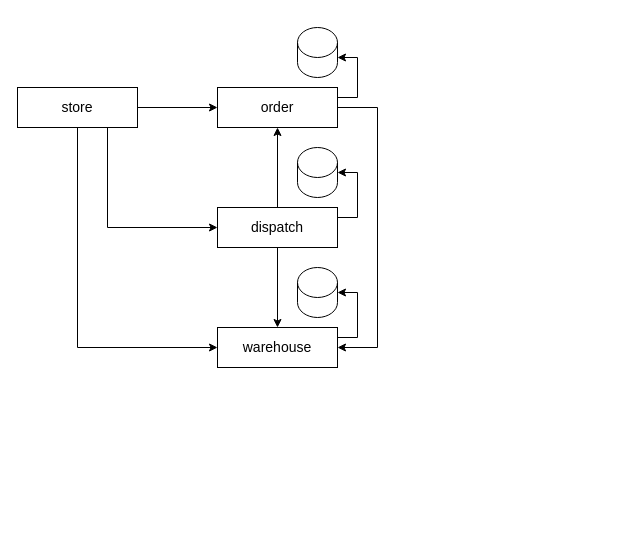
Above: doc/drawings.drawio in cchet/store-microservice-app (draw.io), before the change. Source tidied: cells renumbered, new cells numbered last; positions are measured from the earlier drawing's top-left corner, leaving out a move shared by most shapes. Both pictures are drawn from the tidied source at 100%, with x=0, y=0 at pixel (17, 27).
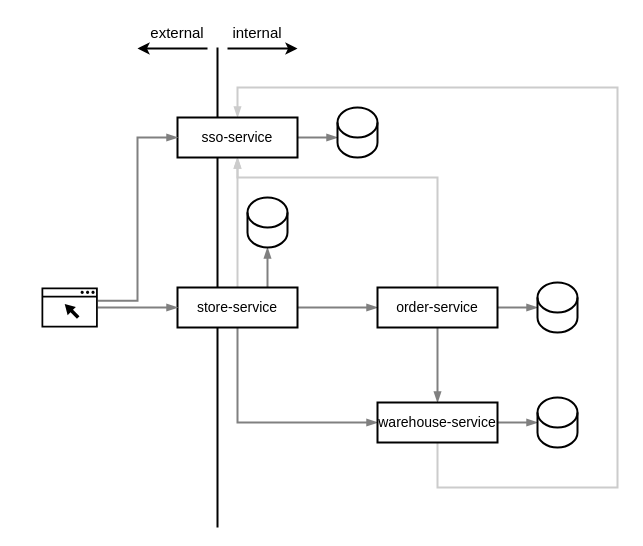
The same diagram, later.

Diff of the diagram source:
```diff
@@
+    <mxCell id="18" style="endArrow=none;html=1;rounded=0;strokeColor=#000000;strokeWidth=2;" parent="1" edge="1">
+      <mxGeometry relative="1" as="geometry">
+        <mxPoint x="200" y="500" as="sourcePoint" />
+        <mxPoint x="200" y="20" as="targetPoint" />
+      </mxGeometry>
+    </mxCell>
-    <mxCell id="2" style="edgeStyle=orthogonalEdgeStyle;rounded=0;jettySize=auto;html=1;exitX=0.5;exitY=1;exitDx=0;exitDy=0;entryX=0;entryY=0.5;entryDx=0;entryDy=0;fontSize=14;" parent="1" edge="1" source="5" target="14">
+    <mxCell id="2" style="edgeStyle=orthogonalEdgeStyle;rounded=0;jettySize=auto;html=1;exitX=0.5;exitY=1;exitDx=0;exitDy=0;entryX=0;entryY=0.5;entryDx=0;entryDy=0;fontSize=14;strokeWidth=2;endArrow=blockThin;endFill=1;strokeColor=#808080;" parent="1" edge="1" source="5" target="14">
       <mxGeometry relative="1" as="geometry" />
     </mxCell>
-    <mxCell id="3" style="edgeStyle=orthogonalEdgeStyle;rounded=0;jettySize=auto;html=1;exitX=1;exitY=0.5;exitDx=0;exitDy=0;entryX=0;entryY=0.5;entryDx=0;entryDy=0;fontSize=14;" parent="1" edge="1" source="5" target="8">
+    <mxCell id="3" style="edgeStyle=orthogonalEdgeStyle;rounded=0;jettySize=auto;html=1;exitX=1;exitY=0.5;exitDx=0;exitDy=0;entryX=0;entryY=0.5;entryDx=0;entryDy=0;fontSize=14;strokeWidth=2;endArrow=blockThin;endFill=1;strokeColor=#808080;" parent="1" edge="1" source="5" target="8">
       <mxGeometry relative="1" as="geometry" />
     </mxCell>
-    <mxCell id="4" style="edgeStyle=orthogonalEdgeStyle;rounded=0;jettySize=auto;html=1;exitX=0.75;exitY=1;exitDx=0;exitDy=0;entryX=0;entryY=0.5;entryDx=0;entryDy=0;fontSize=14;" parent="1" edge="1" source="5" target="12">
-      <mxGeometry relative="1" as="geometry" />
-    </mxCell>
+    <mxCell id="19" style="edgeStyle=orthogonalEdgeStyle;rounded=0;jettySize=auto;html=1;exitX=0.5;exitY=0;exitDx=0;exitDy=0;entryX=0.5;entryY=1;entryDx=0;entryDy=0;strokeWidth=2;strokeColor=#CCCCCC;endArrow=blockThin;endFill=1;" parent="1" edge="1" source="5" target="24">
+      <mxGeometry relative="1" as="geometry" />
+    </mxCell>
+    <mxCell id="20" style="edgeStyle=orthogonalEdgeStyle;rounded=0;jettySize=auto;html=1;exitX=0.75;exitY=0;exitDx=0;exitDy=0;entryX=0.5;entryY=1;entryDx=0;entryDy=0;entryPerimeter=0;endArrow=blockThin;endFill=1;strokeColor=#808080;strokeWidth=2;" parent="1" edge="1" source="5" target="28">
+      <mxGeometry relative="1" as="geometry" />
+    </mxCell>
-    <mxCell id="5" value="store" style="rounded=0;whiteSpace=wrap;html=1;fillColor=none;fontSize=14;" parent="1" vertex="1">
-      <mxGeometry y="60" width="120" height="40" as="geometry" />
+    <mxCell id="5" value="store-service" style="rounded=0;whiteSpace=wrap;html=1;fillColor=default;fontSize=14;strokeWidth=2;" parent="1" vertex="1">
+      <mxGeometry x="160" y="260" width="120" height="40" as="geometry" />
     </mxCell>
-    <mxCell id="6" style="edgeStyle=orthogonalEdgeStyle;rounded=0;jettySize=auto;html=1;exitX=1;exitY=0.5;exitDx=0;exitDy=0;entryX=1;entryY=0.5;entryDx=0;entryDy=0;fontSize=14;" parent="1" edge="1" source="8" target="14">
+    <mxCell id="6" style="edgeStyle=orthogonalEdgeStyle;rounded=0;jettySize=auto;html=1;exitX=0.5;exitY=1;exitDx=0;exitDy=0;entryX=0.5;entryY=0;entryDx=0;entryDy=0;fontSize=14;strokeWidth=2;endArrow=blockThin;endFill=1;strokeColor=#808080;" parent="1" edge="1" source="8" target="14">
       <mxGeometry relative="1" as="geometry">
         <Array as="points">
-          <mxPoint x="360" y="80" />
-          <mxPoint x="360" y="320" />
+          <mxPoint x="420" y="340" />
+          <mxPoint x="420" y="340" />
         </Array>
       </mxGeometry>
     </mxCell>
-    <mxCell id="7" style="edgeStyle=orthogonalEdgeStyle;rounded=0;jettySize=auto;html=1;exitX=1;exitY=0.25;exitDx=0;exitDy=0;entryX=1;entryY=0;entryDx=0;entryDy=30;entryPerimeter=0;fontSize=14;" parent="1" edge="1" source="8" target="15">
+    <mxCell id="7" style="edgeStyle=orthogonalEdgeStyle;rounded=0;jettySize=auto;html=1;exitX=1;exitY=0.5;exitDx=0;exitDy=0;entryX=0;entryY=0.5;entryDx=0;entryDy=0;entryPerimeter=0;fontSize=14;strokeWidth=2;endArrow=blockThin;endFill=1;strokeColor=#808080;" parent="1" edge="1" source="8" target="15">
       <mxGeometry relative="1" as="geometry" />
     </mxCell>
+    <mxCell id="21" style="edgeStyle=orthogonalEdgeStyle;rounded=0;jettySize=auto;html=1;exitX=0.5;exitY=0;exitDx=0;exitDy=0;entryX=0.5;entryY=1;entryDx=0;entryDy=0;strokeWidth=2;strokeColor=#CCCCCC;endArrow=blockThin;endFill=1;" parent="1" edge="1" source="8" target="24">
+      <mxGeometry relative="1" as="geometry">
+        <Array as="points">
+          <mxPoint x="420" y="150" />
+          <mxPoint x="220" y="150" />
+        </Array>
+      </mxGeometry>
+    </mxCell>
-    <mxCell id="8" value="order" style="rounded=0;whiteSpace=wrap;html=1;fillColor=none;fontSize=14;" parent="1" vertex="1">
-      <mxGeometry x="200" y="60" width="120" height="40" as="geometry" />
+    <mxCell id="8" value="order-service" style="rounded=0;whiteSpace=wrap;html=1;fillColor=default;fontSize=14;strokeWidth=2;" parent="1" vertex="1">
+      <mxGeometry x="360" y="260" width="120" height="40" as="geometry" />
     </mxCell>
-    <mxCell id="9" style="edgeStyle=orthogonalEdgeStyle;rounded=0;jettySize=auto;html=1;exitX=0.5;exitY=0;exitDx=0;exitDy=0;entryX=0.5;entryY=1;entryDx=0;entryDy=0;fontSize=14;" parent="1" edge="1" source="12" target="8">
-      <mxGeometry relative="1" as="geometry" />
-    </mxCell>
-    <mxCell id="10" style="edgeStyle=orthogonalEdgeStyle;rounded=0;jettySize=auto;html=1;exitX=0.5;exitY=1;exitDx=0;exitDy=0;fontSize=14;" parent="1" edge="1" source="12" target="14">
-      <mxGeometry relative="1" as="geometry" />
-    </mxCell>
-    <mxCell id="11" style="edgeStyle=orthogonalEdgeStyle;rounded=0;jettySize=auto;html=1;exitX=1;exitY=0.25;exitDx=0;exitDy=0;entryX=1;entryY=0.5;entryDx=0;entryDy=0;entryPerimeter=0;fontSize=14;" parent="1" edge="1" source="12" target="16">
-      <mxGeometry relative="1" as="geometry" />
-    </mxCell>
-    <mxCell id="12" value="dispatch" style="rounded=0;whiteSpace=wrap;html=1;fillColor=none;fontSize=14;" parent="1" vertex="1">
-      <mxGeometry x="200" y="180" width="120" height="40" as="geometry" />
-    </mxCell>
-    <mxCell id="13" style="edgeStyle=orthogonalEdgeStyle;rounded=0;jettySize=auto;html=1;exitX=1;exitY=0.25;exitDx=0;exitDy=0;entryX=1;entryY=0.5;entryDx=0;entryDy=0;entryPerimeter=0;fontSize=14;" parent="1" edge="1" source="14" target="17">
+    <mxCell id="13" style="edgeStyle=orthogonalEdgeStyle;rounded=0;jettySize=auto;html=1;exitX=1;exitY=0.5;exitDx=0;exitDy=0;entryX=0;entryY=0.5;entryDx=0;entryDy=0;entryPerimeter=0;fontSize=14;strokeWidth=2;endArrow=blockThin;endFill=1;strokeColor=#808080;" parent="1" edge="1" source="14" target="17">
       <mxGeometry relative="1" as="geometry" />
     </mxCell>
+    <mxCell id="22" style="edgeStyle=orthogonalEdgeStyle;rounded=0;jettySize=auto;html=1;exitX=0.5;exitY=1;exitDx=0;exitDy=0;entryX=0.5;entryY=0;entryDx=0;entryDy=0;strokeWidth=2;strokeColor=#CCCCCC;endArrow=blockThin;endFill=1;" parent="1" edge="1" source="14" target="24">
+      <mxGeometry relative="1" as="geometry">
+        <Array as="points">
+          <mxPoint x="420" y="460" />
+          <mxPoint x="600" y="460" />
+          <mxPoint x="600" y="60" />
+          <mxPoint x="220" y="60" />
+        </Array>
+      </mxGeometry>
+    </mxCell>
-    <mxCell id="14" value="warehouse" style="rounded=0;whiteSpace=wrap;html=1;fillColor=none;fontSize=14;" parent="1" vertex="1">
-      <mxGeometry x="200" y="300" width="120" height="40" as="geometry" />
+    <mxCell id="14" value="warehouse-service" style="rounded=0;whiteSpace=wrap;html=1;fillColor=default;fontSize=14;strokeWidth=2;" parent="1" vertex="1">
+      <mxGeometry x="360" y="375" width="120" height="40" as="geometry" />
     </mxCell>
-    <mxCell id="15" style="shape=cylinder3;whiteSpace=wrap;html=1;boundedLbl=1;backgroundOutline=1;size=15;fontSize=14;fillColor=none;" parent="1" vertex="1">
-      <mxGeometry x="280" width="40" height="50" as="geometry" />
+    <mxCell id="15" style="shape=cylinder3;whiteSpace=wrap;html=1;boundedLbl=1;backgroundOutline=1;size=15;fontSize=14;fillColor=default;strokeWidth=2;" parent="1" vertex="1">
+      <mxGeometry x="520" y="255" width="40" height="50" as="geometry" />
     </mxCell>
-    <mxCell id="16" style="shape=cylinder3;whiteSpace=wrap;html=1;boundedLbl=1;backgroundOutline=1;size=15;fontSize=14;fillColor=none;" parent="1" vertex="1">
-      <mxGeometry x="280" y="120" width="40" height="50" as="geometry" />
-    </mxCell>
-    <mxCell id="17" style="shape=cylinder3;whiteSpace=wrap;html=1;boundedLbl=1;backgroundOutline=1;size=15;fontSize=14;fillColor=none;" parent="1" vertex="1">
-      <mxGeometry x="280" y="240" width="40" height="50" as="geometry" />
+    <mxCell id="17" style="shape=cylinder3;whiteSpace=wrap;html=1;boundedLbl=1;backgroundOutline=1;size=15;fontSize=14;fillColor=default;strokeWidth=2;" parent="1" vertex="1">
+      <mxGeometry x="520" y="370" width="40" height="50" as="geometry" />
     </mxCell>
+    <mxCell id="23" style="edgeStyle=orthogonalEdgeStyle;rounded=0;jettySize=auto;html=1;exitX=1;exitY=0.5;exitDx=0;exitDy=0;entryX=0;entryY=0;entryDx=0;entryDy=30;entryPerimeter=0;endArrow=blockThin;endFill=1;strokeColor=#808080;strokeWidth=2;" parent="1" edge="1" source="24" target="29">
+      <mxGeometry relative="1" as="geometry" />
+    </mxCell>
+    <mxCell id="24" value="sso-service" style="rounded=0;whiteSpace=wrap;html=1;fillColor=default;fontSize=14;strokeWidth=2;" parent="1" vertex="1">
+      <mxGeometry x="160" y="90" width="120" height="40" as="geometry" />
+    </mxCell>
+    <mxCell id="25" style="edgeStyle=orthogonalEdgeStyle;rounded=0;jettySize=auto;html=1;entryX=0;entryY=0.5;entryDx=0;entryDy=0;endArrow=blockThin;endFill=1;strokeColor=#808080;strokeWidth=2;" parent="1" edge="1" source="27" target="5">
+      <mxGeometry relative="1" as="geometry" />
+    </mxCell>
+    <mxCell id="26" style="edgeStyle=orthogonalEdgeStyle;rounded=0;jettySize=auto;html=1;exitX=1;exitY=0.33;exitDx=0;exitDy=0;exitPerimeter=0;endArrow=blockThin;endFill=1;strokeColor=#808080;strokeWidth=2;" parent="1" edge="1" source="27">
+      <mxGeometry relative="1" as="geometry">
+        <mxPoint x="160" y="110" as="targetPoint" />
+        <Array as="points">
+          <mxPoint x="120" y="273" />
+          <mxPoint x="120" y="110" />
+          <mxPoint x="160" y="110" />
+        </Array>
+      </mxGeometry>
+    </mxCell>
+    <mxCell id="27" style="sketch=0;shadow=0;dashed=0;html=1;strokeColor=none;fillColor=#000000;labelPosition=center;verticalLabelPosition=bottom;verticalAlign=top;align=center;outlineConnect=0;shape=mxgraph.vvd.web_browser;points=[[1,0.33,0,0,0],[1,0.5,0,0,0],[1,0.67,0,0,0]];labelBackgroundColor=default;" parent="1" vertex="1">
+      <mxGeometry x="24" y="260" width="56.3" height="40" as="geometry" />
+    </mxCell>
+    <mxCell id="28" style="shape=cylinder3;whiteSpace=wrap;html=1;boundedLbl=1;backgroundOutline=1;size=15;fontSize=14;fillColor=none;strokeWidth=2;" parent="1" vertex="1">
+      <mxGeometry x="230" y="170" width="40" height="50" as="geometry" />
+    </mxCell>
+    <mxCell id="29" style="shape=cylinder3;whiteSpace=wrap;html=1;boundedLbl=1;backgroundOutline=1;size=15;fontSize=14;fillColor=default;strokeWidth=2;" parent="1" vertex="1">
+      <mxGeometry x="320" y="80" width="40" height="50" as="geometry" />
+    </mxCell>
+    <mxCell id="30" style="endArrow=classic;html=1;rounded=0;strokeColor=#000000;strokeWidth=2;" parent="1" edge="1">
+      <mxGeometry relative="1" as="geometry">
+        <mxPoint x="210" y="21" as="sourcePoint" />
+        <mxPoint x="280" y="21" as="targetPoint" />
+      </mxGeometry>
+    </mxCell>
+    <mxCell id="31" style="endArrow=classic;html=1;rounded=0;strokeColor=#000000;strokeWidth=2;" parent="1" edge="1">
+      <mxGeometry relative="1" as="geometry">
+        <mxPoint x="190" y="21" as="sourcePoint" />
+        <mxPoint x="120" y="21" as="targetPoint" />
+      </mxGeometry>
+    </mxCell>
+    <mxCell id="32" value="internal" style="text;html=1;strokeColor=none;fillColor=none;align=center;verticalAlign=middle;whiteSpace=wrap;rounded=0;fontSize=15;" parent="1" vertex="1">
+      <mxGeometry x="200" y="-10" width="80" height="30" as="geometry" />
+    </mxCell>
+    <mxCell id="33" value="external" style="text;html=1;strokeColor=none;fillColor=none;align=center;verticalAlign=middle;whiteSpace=wrap;rounded=0;fontSize=15;" parent="1" vertex="1">
+      <mxGeometry x="120" y="-10" width="80" height="30" as="geometry" />
+    </mxCell>
```
